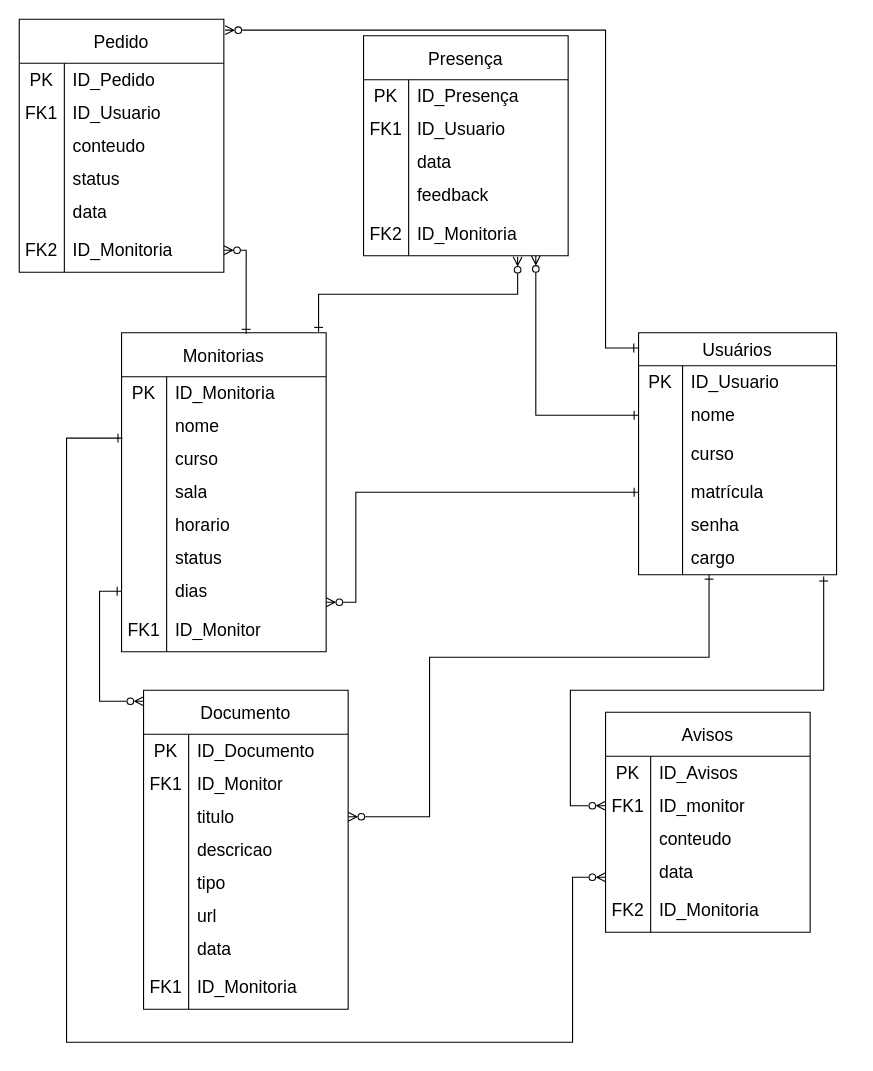
Above: Monitorrei.drawio in Arthurbart/MoniTorrei (draw.io), before the change. Source tidied: cells renumbered, new cells numbered last; positions are measured from the earlier drawing's top-left corner, leaving out a move shared by most shapes. Both pictures are drawn from the tidied source at 110%, with x=0, y=0 at pixel (19, 19).
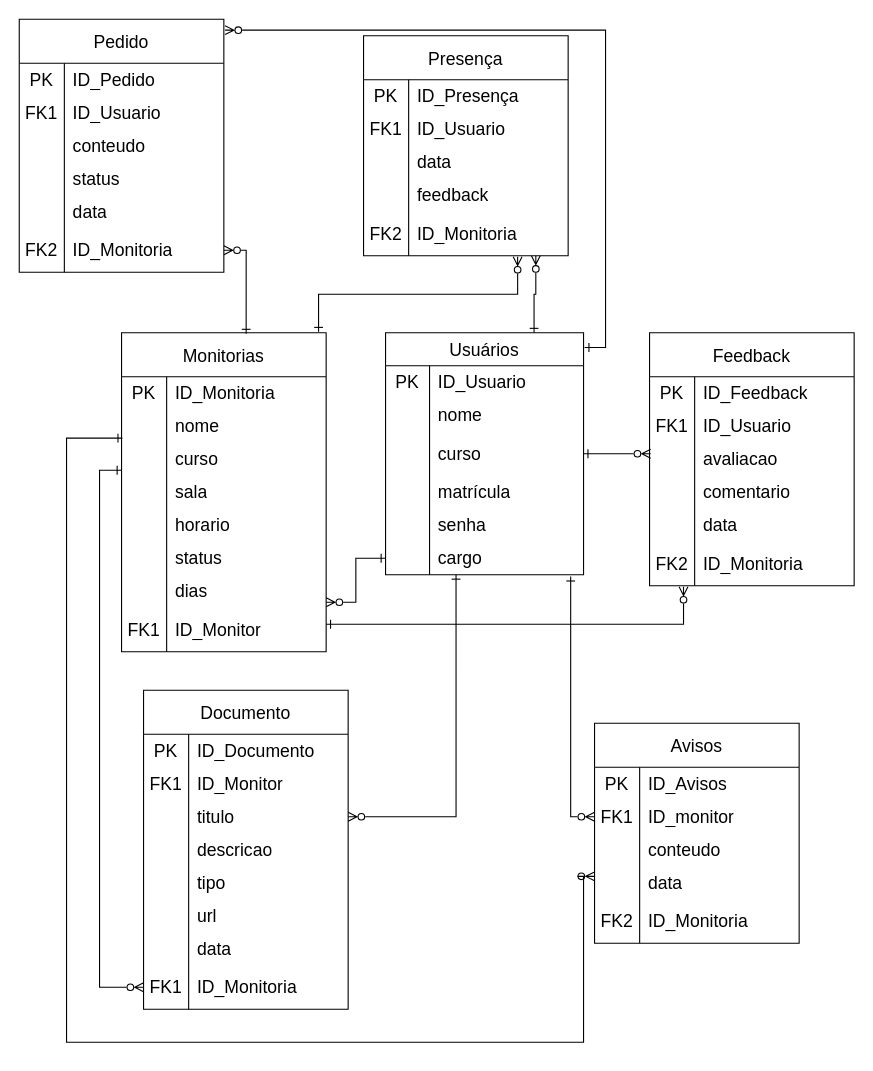
After the change.

Unchanged cells that the change refers to:
```xml
<mxCell id="6" style="shape=tableRow;horizontal=0;startSize=0;swimlaneHead=0;swimlaneBody=0;top=0;left=0;bottom=0;right=0;fillColor=none;points=[[0,0.5],[1,0.5]];portConstraint=eastwest;strokeColor=inherit;fontSize=16;" parent="2" vertex="1">
  <mxGeometry y="60" width="180" height="30" as="geometry" />
</mxCell>
<mxCell id="9" style="shape=tableRow;horizontal=0;startSize=0;swimlaneHead=0;swimlaneBody=0;top=0;left=0;bottom=0;right=0;fillColor=none;points=[[0,0.5],[1,0.5]];portConstraint=eastwest;strokeColor=inherit;fontSize=16;" parent="2" vertex="1">
  <mxGeometry y="90" width="180" height="40" as="geometry" />
</mxCell>
<mxCell id="12" style="shape=tableRow;horizontal=0;startSize=0;swimlaneHead=0;swimlaneBody=0;top=0;left=0;bottom=0;right=0;fillColor=none;points=[[0,0.5],[1,0.5]];portConstraint=eastwest;strokeColor=inherit;fontSize=16;" parent="2" vertex="1">
  <mxGeometry y="130" width="180" height="30" as="geometry" />
</mxCell>
<mxCell id="18" style="shape=tableRow;horizontal=0;startSize=0;swimlaneHead=0;swimlaneBody=0;top=0;left=0;bottom=0;right=0;fillColor=none;points=[[0,0.5],[1,0.5]];portConstraint=eastwest;strokeColor=inherit;fontSize=16;" parent="2" vertex="1">
  <mxGeometry y="190" width="180" height="30" as="geometry" />
</mxCell>
<mxCell id="25" style="shape=tableRow;horizontal=0;startSize=0;swimlaneHead=0;swimlaneBody=0;top=0;left=0;bottom=0;right=0;fillColor=none;points=[[0,0.5],[1,0.5]];portConstraint=eastwest;strokeColor=inherit;fontSize=16;" parent="21" vertex="1">
  <mxGeometry y="70" width="186" height="30" as="geometry" />
</mxCell>
<mxCell id="40" style="shape=tableRow;horizontal=0;startSize=0;swimlaneHead=0;swimlaneBody=0;top=0;left=0;bottom=0;right=0;fillColor=none;points=[[0,0.5],[1,0.5]];portConstraint=eastwest;strokeColor=inherit;fontSize=16;" parent="21" vertex="1">
  <mxGeometry y="220" width="186" height="30" as="geometry" />
</mxCell>
<mxCell id="46" value="Documento" style="shape=table;startSize=40;childLayout=tableLayout;rowLines=0;fontStyle=0;strokeColor=default;fontSize=16;" parent="1" vertex="1">
  <mxGeometry x="113" y="610" width="186" height="290" as="geometry" />
</mxCell>
<mxCell id="53" style="shape=tableRow;horizontal=0;startSize=0;swimlaneHead=0;swimlaneBody=0;top=0;left=0;bottom=0;right=0;fillColor=none;points=[[0,0.5],[1,0.5]];portConstraint=eastwest;strokeColor=inherit;fontSize=16;" parent="46" vertex="1">
  <mxGeometry y="100" width="186" height="30" as="geometry" />
</mxCell>
<mxCell id="68" style="shape=tableRow;horizontal=0;startSize=0;swimlaneHead=0;swimlaneBody=0;top=0;left=0;bottom=0;right=0;fillColor=none;points=[[0,0.5],[1,0.5]];portConstraint=eastwest;strokeColor=inherit;fontSize=16;" parent="46" vertex="1">
  <mxGeometry y="250" width="186" height="40" as="geometry" />
</mxCell>
<mxCell id="84" style="shape=tableRow;horizontal=0;startSize=0;swimlaneHead=0;swimlaneBody=0;top=0;left=0;bottom=0;right=0;fillColor=none;points=[[0,0.5],[1,0.5]];portConstraint=eastwest;strokeColor=inherit;fontSize=16;" parent="71" vertex="1">
  <mxGeometry y="160" width="186" height="40" as="geometry" />
</mxCell>
<mxCell id="91" style="shape=tableRow;horizontal=0;startSize=0;swimlaneHead=0;swimlaneBody=0;top=0;left=0;bottom=0;right=0;fillColor=none;points=[[0,0.5],[1,0.5]];portConstraint=eastwest;strokeColor=inherit;fontSize=16;" parent="87" vertex="1">
  <mxGeometry y="70" width="186" height="30" as="geometry" />
</mxCell>
<mxCell id="97" style="shape=tableRow;horizontal=0;startSize=0;swimlaneHead=0;swimlaneBody=0;top=0;left=0;bottom=0;right=0;fillColor=none;points=[[0,0.5],[1,0.5]];portConstraint=eastwest;strokeColor=inherit;fontSize=16;" parent="87" vertex="1">
  <mxGeometry y="130" width="186" height="30" as="geometry" />
</mxCell>
<mxCell id="103" value="Pedido" style="shape=table;startSize=40;childLayout=tableLayout;rowLines=0;fontStyle=0;strokeColor=default;fontSize=16;" parent="1" vertex="1">
  <mxGeometry width="186" height="230" as="geometry" />
</mxCell>
```

What changed in the source:
```diff
@@
     <mxCell id="2" value="Usuários" style="shape=table;startSize=30;childLayout=tableLayout;rowLines=0;fontStyle=0;strokeColor=default;fontSize=16;" parent="1" vertex="1">
-      <mxGeometry x="563" y="285" width="180" height="220" as="geometry" />
+      <mxGeometry x="333" y="285" width="180" height="220" as="geometry" />
     </mxCell>
@@
+    <mxCell id="131" value="Feedback" style="shape=table;startSize=40;childLayout=tableLayout;rowLines=0;fontStyle=0;strokeColor=default;fontSize=16;" parent="1" vertex="1">
+      <mxGeometry x="573" y="285" width="186" height="230" as="geometry" />
+    </mxCell>
+    <mxCell id="132" style="shape=tableRow;horizontal=0;startSize=0;swimlaneHead=0;swimlaneBody=0;top=0;left=0;bottom=0;right=0;fillColor=none;strokeColor=inherit;fontSize=16;" parent="131" vertex="1">
+      <mxGeometry y="40" width="186" height="30" as="geometry" />
+    </mxCell>
+    <mxCell id="133" value="PK" style="shape=partialRectangle;html=1;whiteSpace=wrap;fillColor=none;top=0;left=0;bottom=0;right=0;overflow=hidden;strokeColor=inherit;fontSize=16;" parent="132" vertex="1">
+      <mxGeometry width="41" height="30" as="geometry" />
+    </mxCell>
+    <mxCell id="134" value="ID_Feedback" style="shape=partialRectangle;html=1;whiteSpace=wrap;fillColor=none;top=0;left=0;bottom=0;right=0;align=left;spacingLeft=6;overflow=hidden;strokeColor=inherit;fontSize=16;" parent="132" vertex="1">
+      <mxGeometry x="41" width="145" height="30" as="geometry" />
+    </mxCell>
+    <mxCell id="135" style="shape=tableRow;horizontal=0;startSize=0;swimlaneHead=0;swimlaneBody=0;top=0;left=0;bottom=0;right=0;fillColor=none;strokeColor=inherit;fontSize=16;" parent="131" vertex="1">
+      <mxGeometry y="70" width="186" height="30" as="geometry" />
+    </mxCell>
+    <mxCell id="136" value="FK1" style="shape=partialRectangle;html=1;whiteSpace=wrap;fillColor=none;top=0;left=0;bottom=0;right=0;overflow=hidden;strokeColor=inherit;fontSize=16;" parent="135" vertex="1">
+      <mxGeometry width="41" height="30" as="geometry" />
+    </mxCell>
+    <mxCell id="137" value="ID_Usuario" style="shape=partialRectangle;html=1;whiteSpace=wrap;fillColor=none;top=0;left=0;bottom=0;right=0;align=left;spacingLeft=6;overflow=hidden;strokeColor=inherit;fontSize=16;" parent="135" vertex="1">
+      <mxGeometry x="41" width="145" height="30" as="geometry" />
+    </mxCell>
+    <mxCell id="138" style="shape=tableRow;horizontal=0;startSize=0;swimlaneHead=0;swimlaneBody=0;top=0;left=0;bottom=0;right=0;fillColor=none;strokeColor=inherit;fontSize=16;" parent="131" vertex="1">
+      <mxGeometry y="100" width="186" height="30" as="geometry" />
+    </mxCell>
+    <mxCell id="139" style="shape=partialRectangle;html=1;whiteSpace=wrap;fillColor=none;top=0;left=0;bottom=0;right=0;overflow=hidden;strokeColor=inherit;fontSize=16;" parent="138" vertex="1">
+      <mxGeometry width="41" height="30" as="geometry" />
+    </mxCell>
+    <mxCell id="140" value="avaliacao" style="shape=partialRectangle;html=1;whiteSpace=wrap;fillColor=none;top=0;left=0;bottom=0;right=0;align=left;spacingLeft=6;overflow=hidden;strokeColor=inherit;fontSize=16;" parent="138" vertex="1">
+      <mxGeometry x="41" width="145" height="30" as="geometry" />
+    </mxCell>
+    <mxCell id="141" style="shape=tableRow;horizontal=0;startSize=0;swimlaneHead=0;swimlaneBody=0;top=0;left=0;bottom=0;right=0;fillColor=none;strokeColor=inherit;fontSize=16;" parent="131" vertex="1">
+      <mxGeometry y="130" width="186" height="30" as="geometry" />
+    </mxCell>
+    <mxCell id="142" style="shape=partialRectangle;html=1;whiteSpace=wrap;fillColor=none;top=0;left=0;bottom=0;right=0;overflow=hidden;strokeColor=inherit;fontSize=16;" parent="141" vertex="1">
+      <mxGeometry width="41" height="30" as="geometry" />
+    </mxCell>
+    <mxCell id="143" value="comentario" style="shape=partialRectangle;html=1;whiteSpace=wrap;fillColor=none;top=0;left=0;bottom=0;right=0;align=left;spacingLeft=6;overflow=hidden;strokeColor=inherit;fontSize=16;" parent="141" vertex="1">
+      <mxGeometry x="41" width="145" height="30" as="geometry" />
+    </mxCell>
+    <mxCell id="144" style="shape=tableRow;horizontal=0;startSize=0;swimlaneHead=0;swimlaneBody=0;top=0;left=0;bottom=0;right=0;fillColor=none;strokeColor=inherit;fontSize=16;" parent="131" vertex="1">
+      <mxGeometry y="160" width="186" height="30" as="geometry" />
+    </mxCell>
+    <mxCell id="145" style="shape=partialRectangle;html=1;whiteSpace=wrap;fillColor=none;top=0;left=0;bottom=0;right=0;overflow=hidden;strokeColor=inherit;fontSize=16;" parent="144" vertex="1">
+      <mxGeometry width="41" height="30" as="geometry" />
+    </mxCell>
+    <mxCell id="146" value="data" style="shape=partialRectangle;html=1;whiteSpace=wrap;fillColor=none;top=0;left=0;bottom=0;right=0;align=left;spacingLeft=6;overflow=hidden;strokeColor=inherit;fontSize=16;" parent="144" vertex="1">
+      <mxGeometry x="41" width="145" height="30" as="geometry" />
+    </mxCell>
+    <mxCell id="147" style="shape=tableRow;horizontal=0;startSize=0;swimlaneHead=0;swimlaneBody=0;top=0;left=0;bottom=0;right=0;fillColor=none;points=[[0,0.5],[1,0.5]];portConstraint=eastwest;strokeColor=inherit;fontSize=16;" parent="131" vertex="1">
+      <mxGeometry y="190" width="186" height="40" as="geometry" />
+    </mxCell>
+    <mxCell id="148" value="FK2" style="shape=partialRectangle;html=1;whiteSpace=wrap;fillColor=none;top=0;left=0;bottom=0;right=0;overflow=hidden;strokeColor=inherit;fontSize=16;" parent="147" vertex="1">
+      <mxGeometry width="41" height="40" as="geometry" />
+    </mxCell>
+    <mxCell id="149" value="ID_Monitoria" style="shape=partialRectangle;html=1;whiteSpace=wrap;fillColor=none;top=0;left=0;bottom=0;right=0;align=left;spacingLeft=6;overflow=hidden;strokeColor=inherit;fontSize=16;" parent="147" vertex="1">
+      <mxGeometry x="41" width="145" height="40" as="geometry" />
+    </mxCell>
@@
     <mxCell id="87" value="Avisos" style="shape=table;startSize=40;childLayout=tableLayout;rowLines=0;fontStyle=0;strokeColor=default;fontSize=16;" parent="1" vertex="1">
-      <mxGeometry x="533" y="630" width="186" height="200" as="geometry" />
+      <mxGeometry x="523" y="640" width="186" height="200" as="geometry" />
     </mxCell>
@@
-    <mxCell id="122" style="edgeStyle=orthogonalEdgeStyle;rounded=0;jettySize=auto;html=1;endArrow=ERone;endFill=0;startArrow=ERzeroToMany;startFill=0;entryX=0;entryY=0.5;entryDx=0;entryDy=0;" parent="1" edge="1" target="12">
+    <mxCell id="122" style="edgeStyle=orthogonalEdgeStyle;rounded=0;jettySize=auto;html=1;endArrow=ERone;endFill=0;startArrow=ERzeroToMany;startFill=0;" parent="1" edge="1" target="18">
       <mxGeometry relative="1" as="geometry">
         <mxPoint x="279" y="530" as="sourcePoint" />
         <Array as="points">
+          <mxPoint x="279" y="530" />
           <mxPoint x="306" y="530" />
-          <mxPoint x="306" y="430" />
+          <mxPoint x="306" y="490" />
         </Array>
       </mxGeometry>
     </mxCell>
+    <mxCell id="150" style="edgeStyle=orthogonalEdgeStyle;rounded=0;jettySize=auto;html=1;entryX=0.166;entryY=1.021;entryDx=0;entryDy=0;startArrow=ERone;startFill=0;endArrow=ERzeroToMany;endFill=0;entryPerimeter=0;" parent="1" edge="1" target="147">
+      <mxGeometry relative="1" as="geometry">
+        <mxPoint x="279" y="550" as="sourcePoint" />
+        <Array as="points">
+          <mxPoint x="279" y="550" />
+          <mxPoint x="604" y="550" />
+        </Array>
+      </mxGeometry>
+    </mxCell>
@@
-    <mxCell id="124" style="edgeStyle=orthogonalEdgeStyle;rounded=0;jettySize=auto;html=1;startArrow=ERone;startFill=0;endArrow=ERzeroToMany;endFill=0;exitX=0.004;exitY=0.861;exitDx=0;exitDy=0;exitPerimeter=0;" parent="1" edge="1" source="25">
+    <mxCell id="124" style="edgeStyle=orthogonalEdgeStyle;rounded=0;jettySize=auto;html=1;startArrow=ERone;startFill=0;endArrow=ERzeroToMany;endFill=0;entryX=0;entryY=0.306;entryDx=0;entryDy=0;entryPerimeter=0;exitX=0.004;exitY=0.861;exitDx=0;exitDy=0;exitPerimeter=0;" parent="1" edge="1" source="25" target="97">
       <mxGeometry relative="1" as="geometry">
-        <mxPoint x="533" y="780" as="targetPoint" />
         <Array as="points">
           <mxPoint x="43" y="381" />
           <mxPoint x="43" y="930" />
-          <mxPoint x="503" y="930" />
-          <mxPoint x="503" y="780" />
-          <mxPoint x="533" y="780" />
+          <mxPoint x="513" y="930" />
+          <mxPoint x="513" y="779" />
         </Array>
       </mxGeometry>
     </mxCell>
-    <mxCell id="125" style="edgeStyle=orthogonalEdgeStyle;rounded=0;jettySize=auto;html=1;endArrow=ERzeroToMany;endFill=0;startArrow=ERone;startFill=0;exitX=0;exitY=0.5;exitDx=0;exitDy=0;" parent="1" edge="1" source="40" target="46">
+    <mxCell id="125" style="edgeStyle=orthogonalEdgeStyle;rounded=0;jettySize=auto;html=1;entryX=0;entryY=0.5;entryDx=0;entryDy=0;endArrow=ERzeroToMany;endFill=0;startArrow=ERone;startFill=0;" parent="1" edge="1" target="68">
       <mxGeometry relative="1" as="geometry">
+        <mxPoint x="93" y="410" as="sourcePoint" />
         <Array as="points">
-          <mxPoint x="73" y="520" />
-          <mxPoint x="73" y="620" />
+          <mxPoint x="93" y="410" />
+          <mxPoint x="73" y="410" />
+          <mxPoint x="73" y="880" />
         </Array>
       </mxGeometry>
     </mxCell>
@@
-    <mxCell id="127" style="edgeStyle=orthogonalEdgeStyle;rounded=0;jettySize=auto;html=1;exitX=0;exitY=0.5;exitDx=0;exitDy=0;startArrow=ERone;startFill=0;endArrow=ERzeroToMany;endFill=0;entryX=0.842;entryY=1;entryDx=0;entryDy=0;entryPerimeter=0;" parent="1" edge="1" source="6" target="84">
+    <mxCell id="127" style="edgeStyle=orthogonalEdgeStyle;rounded=0;jettySize=auto;html=1;exitX=0.75;exitY=0;exitDx=0;exitDy=0;startArrow=ERone;startFill=0;endArrow=ERzeroToMany;endFill=0;entryX=0.842;entryY=1;entryDx=0;entryDy=0;entryPerimeter=0;" parent="1" edge="1" source="2" target="84">
       <mxGeometry relative="1" as="geometry" />
     </mxCell>
     <mxCell id="128" style="edgeStyle=orthogonalEdgeStyle;rounded=0;jettySize=auto;html=1;exitX=0.356;exitY=1;exitDx=0;exitDy=0;entryX=1;entryY=0.5;entryDx=0;entryDy=0;startArrow=ERone;startFill=0;endArrow=ERzeroToMany;endFill=0;exitPerimeter=0;" parent="1" edge="1" source="18" target="53">
-      <mxGeometry relative="1" as="geometry">
-        <Array as="points">
-          <mxPoint x="627" y="580" />
-          <mxPoint x="373" y="580" />
-          <mxPoint x="373" y="725" />
-        </Array>
-      </mxGeometry>
+      <mxGeometry relative="1" as="geometry" />
     </mxCell>
     <mxCell id="129" style="edgeStyle=orthogonalEdgeStyle;rounded=0;jettySize=auto;html=1;exitX=0.935;exitY=1.056;exitDx=0;exitDy=0;entryX=0;entryY=0.5;entryDx=0;entryDy=0;exitPerimeter=0;startArrow=ERone;startFill=0;endArrow=ERzeroToMany;endFill=0;" parent="1" edge="1" source="18" target="91">
       <mxGeometry relative="1" as="geometry">
         <Array as="points">
-          <mxPoint x="731" y="610" />
-          <mxPoint x="501" y="610" />
-          <mxPoint x="501" y="715" />
+          <mxPoint x="501" y="725" />
         </Array>
       </mxGeometry>
     </mxCell>
-    <mxCell id="130" style="edgeStyle=orthogonalEdgeStyle;rounded=0;jettySize=auto;html=1;startArrow=ERone;startFill=0;endArrow=ERzeroToMany;endFill=0;entryX=1.006;entryY=0.043;entryDx=0;entryDy=0;entryPerimeter=0;exitX=-0.002;exitY=0.063;exitDx=0;exitDy=0;exitPerimeter=0;" parent="1" edge="1" source="2" target="103">
+    <mxCell id="130" style="edgeStyle=orthogonalEdgeStyle;rounded=0;jettySize=auto;html=1;startArrow=ERone;startFill=0;endArrow=ERzeroToMany;endFill=0;entryX=1.006;entryY=0.043;entryDx=0;entryDy=0;entryPerimeter=0;exitX=1.005;exitY=0.061;exitDx=0;exitDy=0;exitPerimeter=0;" parent="1" edge="1" source="2" target="103">
       <mxGeometry relative="1" as="geometry">
         <Array as="points">
-          <mxPoint x="533" y="299" />
+          <mxPoint x="533" y="298" />
           <mxPoint x="533" y="10" />
         </Array>
       </mxGeometry>
     </mxCell>
+    <mxCell id="151" style="edgeStyle=orthogonalEdgeStyle;rounded=0;jettySize=auto;html=1;exitX=1;exitY=0.5;exitDx=0;exitDy=0;startArrow=ERone;startFill=0;endArrow=ERzeroToMany;endFill=0;" parent="1" edge="1" source="9">
+      <mxGeometry relative="1" as="geometry">
+        <mxPoint x="574" y="395" as="targetPoint" />
+        <Array as="points">
+          <mxPoint x="574" y="395" />
+        </Array>
+      </mxGeometry>
+    </mxCell>
```
